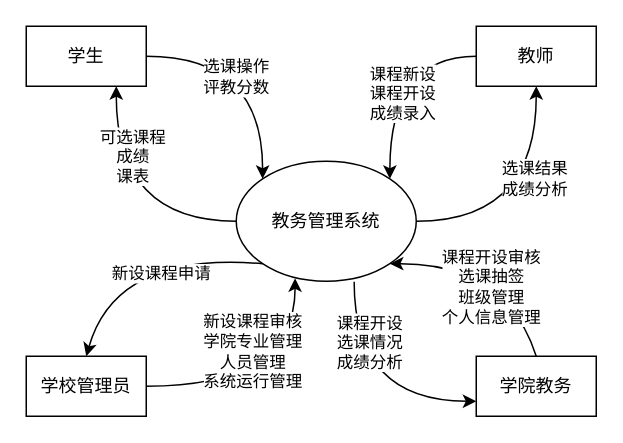
Earlier version of the draw.io diagram 系统设计报告/img/requirements/top.drawio (ap0stader/BUAA_DB). Source tidied: cells renumbered, new cells numbered last; positions are measured from the earlier drawing's top-left corner, leaving out a move shared by most shapes. Both pictures are drawn from the tidied source at 150%, with x=0, y=0 at pixel (26, 26).
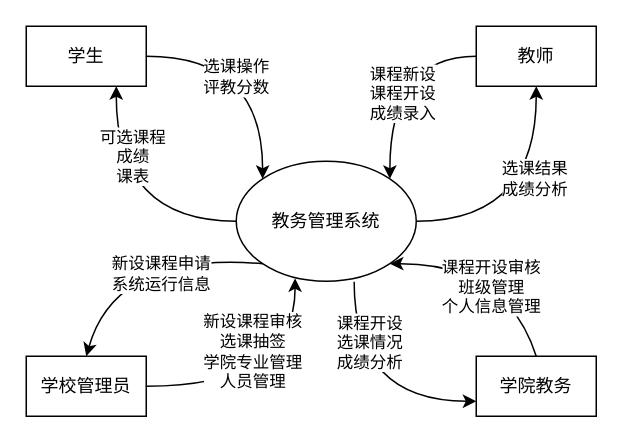
After the change.

Commit message (it also covers changes not shown here):
根据细化表述修改数据流图

The change refers to these unchanged cells:
```xml
<mxCell id="14" style="edgeStyle=orthogonalEdgeStyle;rounded=0;jettySize=auto;html=1;exitX=1;exitY=0.5;exitDx=0;exitDy=0;curved=1;fontFamily=宋体-简;entryX=0.327;entryY=0.976;entryDx=0;entryDy=0;entryPerimeter=0;" parent="1" edge="1" source="16" target="9">
  <mxGeometry relative="1" as="geometry" />
</mxCell>
<mxCell id="19" style="curved=1;endArrow=classic;html=1;rounded=0;entryX=0.5;entryY=0;entryDx=0;entryDy=0;exitX=0;exitY=1;exitDx=0;exitDy=0;fontFamily=宋体-简;" parent="1" edge="1" source="9" target="16">
  <mxGeometry relative="1" as="geometry">
    <Array as="points">
      <mxPoint x="60" y="150" />
    </Array>
  </mxGeometry>
</mxCell>
<mxCell id="21" style="curved=1;endArrow=classic;html=1;rounded=0;entryX=1;entryY=1;entryDx=0;entryDy=0;exitX=0.5;exitY=0;exitDx=0;exitDy=0;fontFamily=宋体-简;" parent="1" edge="1" source="13" target="9">
  <mxGeometry relative="1" as="geometry">
    <Array as="points">
      <mxPoint x="320" y="158" />
    </Array>
  </mxGeometry>
</mxCell>
```

What changed in the source:
```diff
@@
-    <mxCell id="15" value="&lt;div&gt;新设课程审核&lt;/div&gt;&lt;div&gt;学院专业管理&lt;br&gt;&lt;/div&gt;人员管理&lt;div&gt;&lt;div&gt;系统运行管理&lt;/div&gt;&lt;/div&gt;" style="edgeLabel;html=1;align=center;verticalAlign=middle;fontFamily=宋体-简;" parent="14" vertex="1">
+    <mxCell id="15" value="&lt;div&gt;新设课程审核&lt;/div&gt;&lt;div&gt;选课抽签&lt;br&gt;&lt;/div&gt;&lt;div&gt;学院专业管理&lt;/div&gt;人员管理" style="edgeLabel;html=1;align=center;verticalAlign=middle;fontFamily=宋体-简;" parent="14" vertex="1">
       <mxGeometry x="0.26" y="1" relative="1" as="geometry">
         <mxPoint x="-28" y="-15" as="offset" />
       </mxGeometry>
     </mxCell>
@@
-    <mxCell id="20" value="新设课程申请" style="edgeLabel;html=1;align=center;verticalAlign=middle;fontFamily=宋体-简;" parent="19" vertex="1">
+    <mxCell id="20" value="新设课程申请&lt;div&gt;系统运行信息&lt;/div&gt;" style="edgeLabel;html=1;align=center;verticalAlign=middle;fontFamily=宋体-简;" parent="19" vertex="1">
       <mxGeometry x="-0.22" y="12" relative="1" as="geometry" />
     </mxCell>
@@
-    <mxCell id="22" value="&lt;span style=&quot;&quot;&gt;课程开设审核&lt;/span&gt;&lt;br style=&quot;&quot;&gt;&lt;div style=&quot;&quot;&gt;选课抽签&lt;/div&gt;&lt;div style=&quot;&quot;&gt;班级管理&lt;br&gt;&lt;div&gt;个人信息管理&lt;/div&gt;&lt;/div&gt;" style="edgeLabel;html=1;align=center;verticalAlign=middle;fontFamily=宋体-简;" parent="21" vertex="1">
+    <mxCell id="22" value="&lt;span style=&quot;&quot;&gt;课程开设审核&lt;/span&gt;&lt;div style=&quot;&quot;&gt;班级管理&lt;br&gt;&lt;div&gt;个人信息管理&lt;/div&gt;&lt;/div&gt;" style="edgeLabel;html=1;align=center;verticalAlign=middle;fontFamily=宋体-简;" parent="21" vertex="1">
       <mxGeometry x="-0.25" y="15" relative="1" as="geometry" />
     </mxCell>
```
